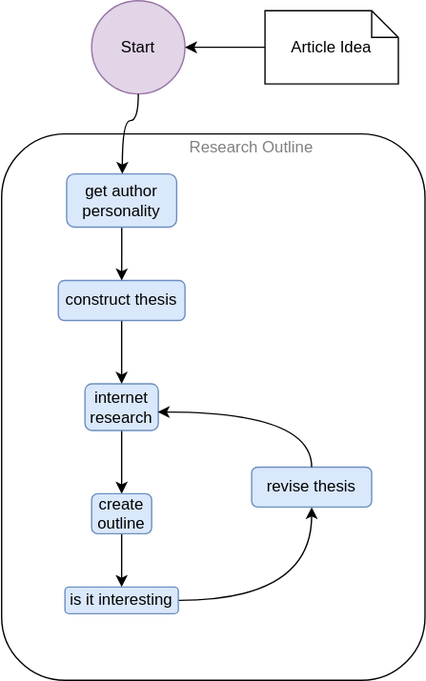
The draw.io diagram diagram/blog-agent.drawio.svg in lojones/blog-agent-assets, before a commit. Source tidied: cells renumbered, new cells last; positions are measured from the earlier drawing's top-left corner, leaving out a move shared by most shapes.
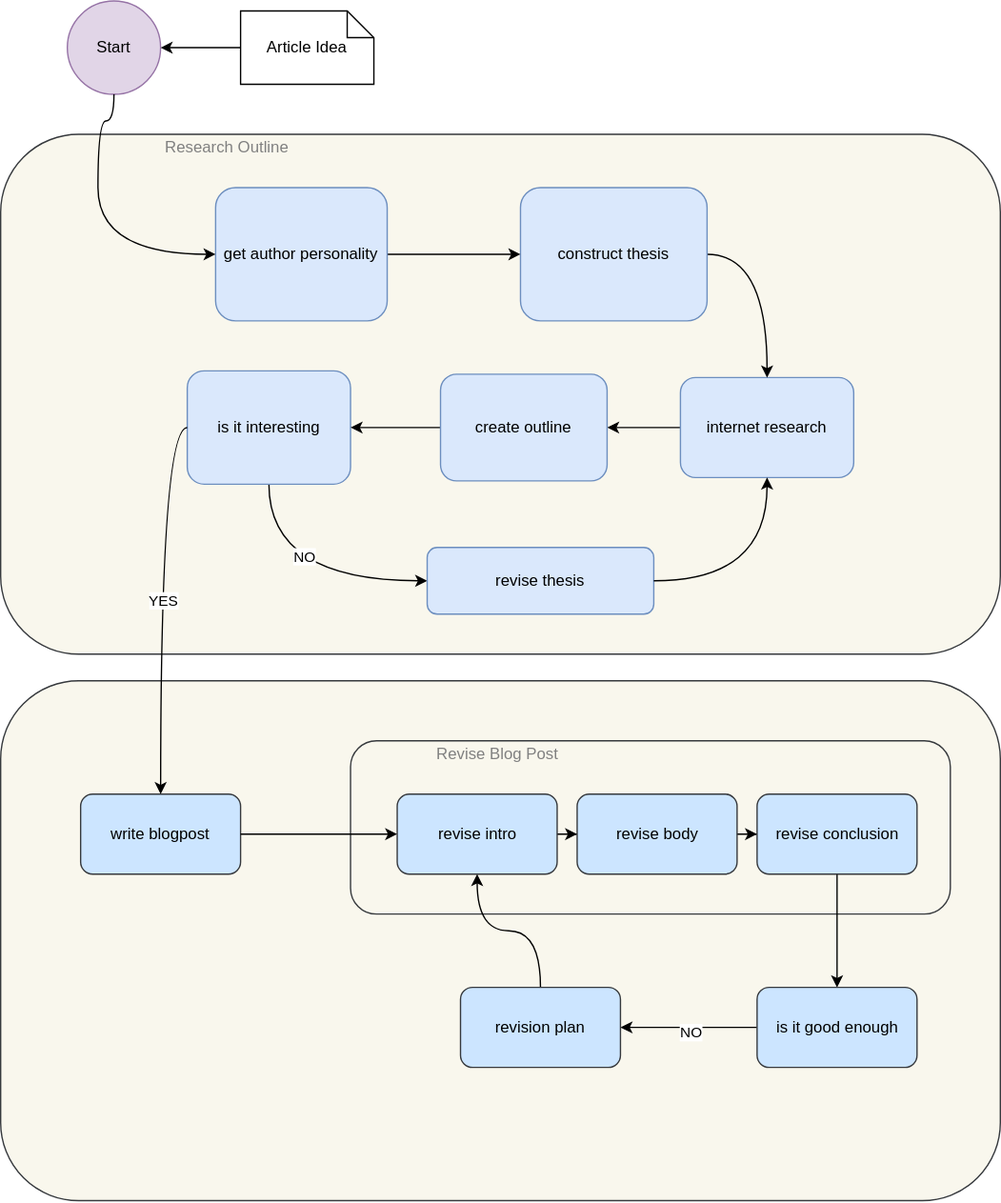
The same diagram one commit later.

Diff of the diagram source:
```diff
@@ -11,44 +11,44 @@
     <mxCell id="4" value="Article Idea" style="shape=note;size=20;whiteSpace=wrap;html=1;" parent="1" vertex="1">
       <mxGeometry x="198" y="7.5" width="100" height="55" as="geometry" />
     </mxCell>
-    <mxCell id="5" style="rounded=1;whiteSpace=wrap;html=1;" parent="1" vertex="1">
-      <mxGeometry x="0.5" y="100" width="317.5" height="410" as="geometry" />
+    <mxCell id="5" style="rounded=1;whiteSpace=wrap;html=1;fillColor=#f9f7ed;strokeColor=#36393d;" parent="1" vertex="1">
+      <mxGeometry x="18" y="100" width="750" height="390" as="geometry" />
     </mxCell>
     <mxCell id="6" value="Research Outline" style="text;html=1;align=center;verticalAlign=middle;whiteSpace=wrap;rounded=0;fontColor=light-dark(#808080, #ededed);" parent="1" vertex="1">
       <mxGeometry x="128" y="100" width="120" height="20" as="geometry" />
     </mxCell>
-    <mxCell id="7" style="edgeStyle=orthogonalEdgeStyle;rounded=0;jettySize=auto;html=1;" parent="1" edge="1" source="8" target="16">
+    <mxCell id="7" style="edgeStyle=orthogonalEdgeStyle;rounded=0;jettySize=auto;html=1;curved=1;" parent="1" edge="1" source="8" target="16">
       <mxGeometry relative="1" as="geometry" />
     </mxCell>
     <mxCell id="8" value="internet research" style="rounded=1;whiteSpace=wrap;html=1;fillColor=#dae8fc;strokeColor=#6c8ebf;" parent="1" vertex="1">
-      <mxGeometry x="63" y="287.5" width="55" height="35" as="geometry" />
+      <mxGeometry x="528" y="282.5" width="130" height="75" as="geometry" />
     </mxCell>
-    <mxCell id="9" style="edgeStyle=orthogonalEdgeStyle;rounded=0;jettySize=auto;html=1;entryX=0.5;entryY=0;entryDx=0;entryDy=0;" parent="1" edge="1" source="10" target="8">
+    <mxCell id="9" style="edgeStyle=orthogonalEdgeStyle;rounded=0;jettySize=auto;html=1;entryX=0.5;entryY=0;entryDx=0;entryDy=0;curved=1;exitX=1;exitY=0.5;exitDx=0;exitDy=0;" parent="1" edge="1" source="10" target="8">
       <mxGeometry relative="1" as="geometry" />
     </mxCell>
     <mxCell id="10" value="construct thesis" style="rounded=1;whiteSpace=wrap;html=1;fillColor=#dae8fc;strokeColor=#6c8ebf;" parent="1" vertex="1">
-      <mxGeometry x="43" y="210" width="95" height="30" as="geometry" />
+      <mxGeometry x="408" y="140" width="140" height="100" as="geometry" />
     </mxCell>
-    <mxCell id="11" style="edgeStyle=orthogonalEdgeStyle;rounded=0;jettySize=auto;html=1;" parent="1" edge="1" source="12" target="10">
+    <mxCell id="11" style="edgeStyle=orthogonalEdgeStyle;rounded=0;jettySize=auto;html=1;curved=1;" parent="1" edge="1" source="12" target="10">
       <mxGeometry relative="1" as="geometry" />
     </mxCell>
     <mxCell id="12" value="get author personality" style="rounded=1;whiteSpace=wrap;html=1;fillColor=#dae8fc;strokeColor=#6c8ebf;" parent="1" vertex="1">
-      <mxGeometry x="49.2" y="130" width="82.5" height="40" as="geometry" />
+      <mxGeometry x="179.2" y="140" width="128.8" height="100" as="geometry" />
     </mxCell>
-    <mxCell id="13" style="edgeStyle=orthogonalEdgeStyle;rounded=0;jettySize=auto;html=1;curved=1;" parent="1" edge="1" source="14" target="17">
+    <mxCell id="13" style="edgeStyle=orthogonalEdgeStyle;rounded=0;jettySize=auto;html=1;entryX=0;entryY=0.5;entryDx=0;entryDy=0;exitX=0.5;exitY=1;exitDx=0;exitDy=0;curved=1;" parent="1" edge="1" source="14" target="17">
       <mxGeometry relative="1" as="geometry" />
     </mxCell>
+    <mxCell id="20" value="NO" style="edgeLabel;html=1;align=center;verticalAlign=middle;" parent="13" vertex="1">
+      <mxGeometry x="0.04" y="18" relative="1" as="geometry" />
+    </mxCell>
     <mxCell id="14" value="is it interesting" style="rounded=1;whiteSpace=wrap;html=1;fillColor=#dae8fc;strokeColor=#6c8ebf;" parent="1" vertex="1">
-      <mxGeometry x="48" y="440" width="85" height="20" as="geometry" />
+      <mxGeometry x="158" y="277.5" width="122.5" height="85" as="geometry" />
     </mxCell>
-    <mxCell id="15" style="edgeStyle=orthogonalEdgeStyle;rounded=0;jettySize=auto;html=1;entryX=0.5;entryY=0;entryDx=0;entryDy=0;" parent="1" edge="1" source="16" target="14">
+    <mxCell id="15" style="edgeStyle=orthogonalEdgeStyle;rounded=0;jettySize=auto;html=1;curved=1;" parent="1" edge="1" source="16" target="14">
       <mxGeometry relative="1" as="geometry" />
     </mxCell>
-    <mxCell id="16" value="create outline" style="rounded=1;whiteSpace=wrap;html=1;fillColor=#dae8fc;strokeColor=#6c8ebf;" parent="1" vertex="1">
-      <mxGeometry x="68" y="370" width="45" height="30" as="geometry" />
-    </mxCell>
     <mxCell id="17" value="revise thesis" style="rounded=1;whiteSpace=wrap;html=1;fillColor=#dae8fc;strokeColor=#6c8ebf;" parent="1" vertex="1">
-      <mxGeometry x="188" y="350" width="90" height="30" as="geometry" />
+      <mxGeometry x="338" y="410" width="170" height="50" as="geometry" />
     </mxCell>
     <mxCell id="18" style="edgeStyle=orthogonalEdgeStyle;rounded=0;jettySize=auto;html=1;curved=1;" parent="1" edge="1" source="2" target="12">
       <mxGeometry relative="1" as="geometry">
@@ -58,8 +58,65 @@
         </Array>
       </mxGeometry>
     </mxCell>
-    <mxCell id="19" style="edgeStyle=orthogonalEdgeStyle;rounded=0;jettySize=auto;html=1;entryX=0.99;entryY=0.605;entryDx=0;entryDy=0;entryPerimeter=0;exitX=0.5;exitY=0;exitDx=0;exitDy=0;curved=1;" parent="1" edge="1" source="17" target="8">
+    <mxCell id="19" style="edgeStyle=orthogonalEdgeStyle;rounded=0;jettySize=auto;html=1;exitX=1;exitY=0.5;exitDx=0;exitDy=0;curved=1;" parent="1" edge="1" source="17" target="8">
       <mxGeometry relative="1" as="geometry" />
     </mxCell>
+    <mxCell id="21" style="rounded=1;whiteSpace=wrap;html=1;fillColor=#f9f7ed;strokeColor=#36393d;" parent="1" vertex="1">
+      <mxGeometry x="18" y="510" width="750" height="390" as="geometry" />
+    </mxCell>
+    <mxCell id="16" value="create outline" style="rounded=1;whiteSpace=wrap;html=1;fillColor=#dae8fc;strokeColor=#6c8ebf;" parent="1" vertex="1">
+      <mxGeometry x="348" y="280" width="125" height="80" as="geometry" />
+    </mxCell>
+    <mxCell id="22" value="write blogpost" style="rounded=1;whiteSpace=wrap;html=1;fillColor=#cce5ff;strokeColor=#36393d;" parent="1" vertex="1">
+      <mxGeometry x="78" y="595" width="120" height="60" as="geometry" />
+    </mxCell>
+    <mxCell id="23" style="rounded=1;whiteSpace=wrap;html=1;fillColor=#f9f7ed;strokeColor=#36393d;" parent="1" vertex="1">
+      <mxGeometry x="280.5" y="555" width="450" height="130" as="geometry" />
+    </mxCell>
+    <mxCell id="24" style="edgeStyle=orthogonalEdgeStyle;rounded=0;jettySize=auto;html=1;" parent="1" edge="1" source="25" target="27">
+      <mxGeometry relative="1" as="geometry" />
+    </mxCell>
+    <mxCell id="25" value="revise intro" style="rounded=1;whiteSpace=wrap;html=1;fillColor=#cce5ff;strokeColor=#36393d;" parent="1" vertex="1">
+      <mxGeometry x="315.5" y="595" width="120" height="60" as="geometry" />
+    </mxCell>
+    <mxCell id="26" style="edgeStyle=orthogonalEdgeStyle;rounded=0;jettySize=auto;html=1;" parent="1" edge="1" source="27" target="29">
+      <mxGeometry relative="1" as="geometry" />
+    </mxCell>
+    <mxCell id="27" value="revise body" style="rounded=1;whiteSpace=wrap;html=1;fillColor=#cce5ff;strokeColor=#36393d;" parent="1" vertex="1">
+      <mxGeometry x="450.5" y="595" width="120" height="60" as="geometry" />
+    </mxCell>
+    <mxCell id="28" style="edgeStyle=orthogonalEdgeStyle;rounded=0;jettySize=auto;html=1;curved=1;" parent="1" edge="1" source="29" target="36">
+      <mxGeometry relative="1" as="geometry" />
+    </mxCell>
+    <mxCell id="29" value="revise conclusion" style="rounded=1;whiteSpace=wrap;html=1;fillColor=#cce5ff;strokeColor=#36393d;" parent="1" vertex="1">
+      <mxGeometry x="585.5" y="595" width="120" height="60" as="geometry" />
+    </mxCell>
+    <mxCell id="30" value="Revise Blog Post" style="text;html=1;align=center;verticalAlign=middle;whiteSpace=wrap;rounded=0;fontColor=light-dark(#808080, #ededed);" parent="1" vertex="1">
+      <mxGeometry x="330.5" y="555" width="120" height="20" as="geometry" />
+    </mxCell>
+    <mxCell id="31" style="edgeStyle=orthogonalEdgeStyle;rounded=0;jettySize=auto;html=1;exitX=0;exitY=0.5;exitDx=0;exitDy=0;curved=1;" parent="1" edge="1" source="14" target="22">
+      <mxGeometry relative="1" as="geometry" />
+    </mxCell>
+    <mxCell id="32" value="YES" style="edgeLabel;html=1;align=center;verticalAlign=middle;" parent="31" vertex="1">
+      <mxGeometry x="0.02" y="2" relative="1" as="geometry" />
+    </mxCell>
+    <mxCell id="33" style="edgeStyle=orthogonalEdgeStyle;rounded=0;jettySize=auto;html=1;" parent="1" edge="1" source="22" target="25">
+      <mxGeometry relative="1" as="geometry" />
+    </mxCell>
+    <mxCell id="34" style="edgeStyle=orthogonalEdgeStyle;rounded=0;jettySize=auto;html=1;" parent="1" edge="1" source="36" target="38">
+      <mxGeometry relative="1" as="geometry" />
+    </mxCell>
+    <mxCell id="35" value="NO" style="edgeLabel;html=1;align=center;verticalAlign=middle;" parent="34" vertex="1">
+      <mxGeometry x="-0.02" y="4" relative="1" as="geometry" />
+    </mxCell>
+    <mxCell id="36" value="is it good enough" style="rounded=1;whiteSpace=wrap;html=1;fillColor=#cce5ff;strokeColor=#36393d;" parent="1" vertex="1">
+      <mxGeometry x="585.5" y="740" width="120" height="60" as="geometry" />
+    </mxCell>
+    <mxCell id="37" style="edgeStyle=orthogonalEdgeStyle;rounded=0;jettySize=auto;html=1;curved=1;" parent="1" edge="1" source="38" target="25">
+      <mxGeometry relative="1" as="geometry" />
+    </mxCell>
+    <mxCell id="38" value="revision plan" style="rounded=1;whiteSpace=wrap;html=1;fillColor=#cce5ff;strokeColor=#36393d;" parent="1" vertex="1">
+      <mxGeometry x="363" y="740" width="120" height="60" as="geometry" />
+    </mxCell>
   </root>
 </mxGraphModel>
```
